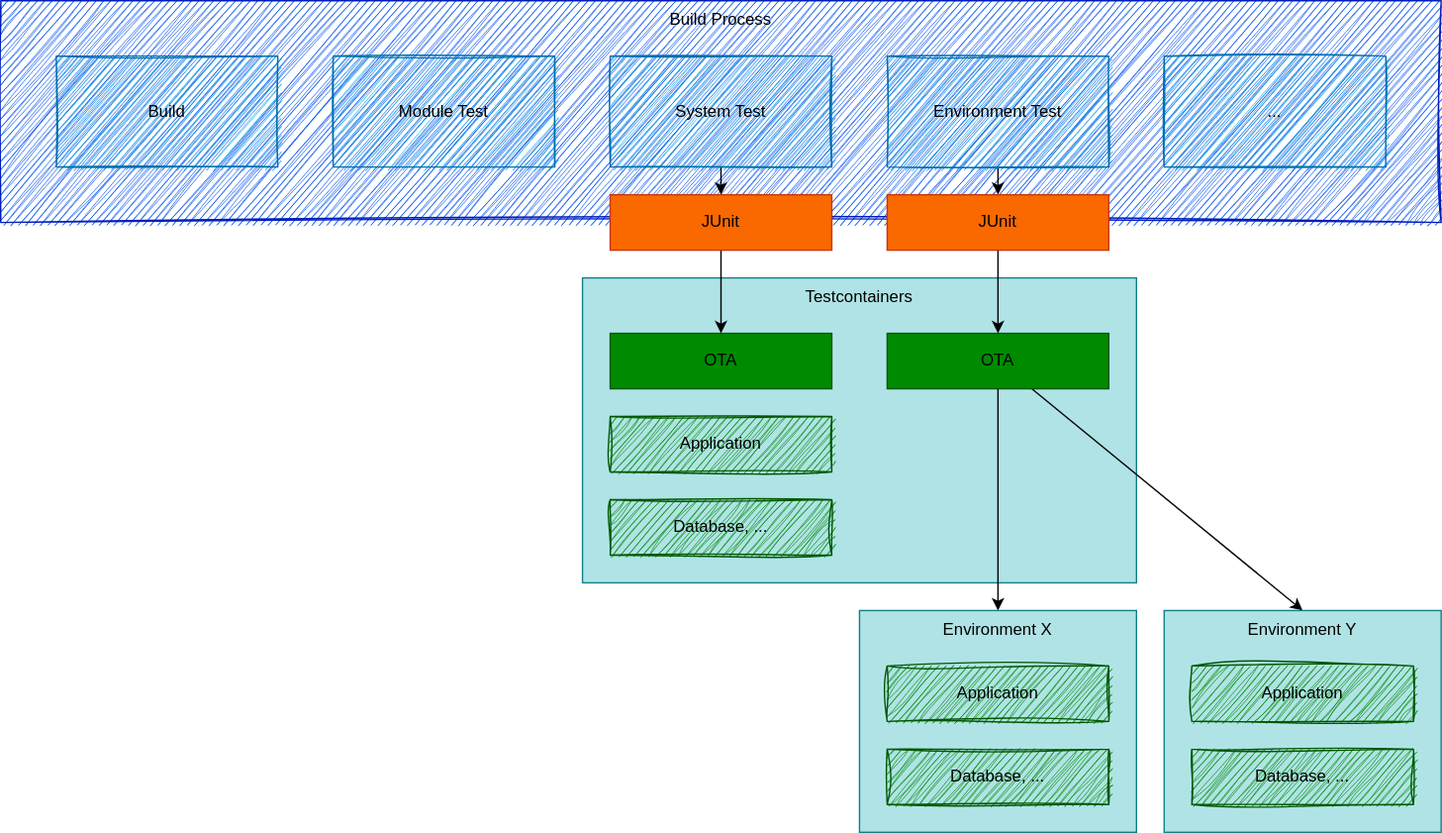
Above: arch.drawio.svg in opentestingapi/impl_java_testcontainers (draw.io), before the change. Source tidied: cells renumbered, new cells last; positions are measured from the earlier drawing's top-left corner, leaving out a move shared by most shapes.
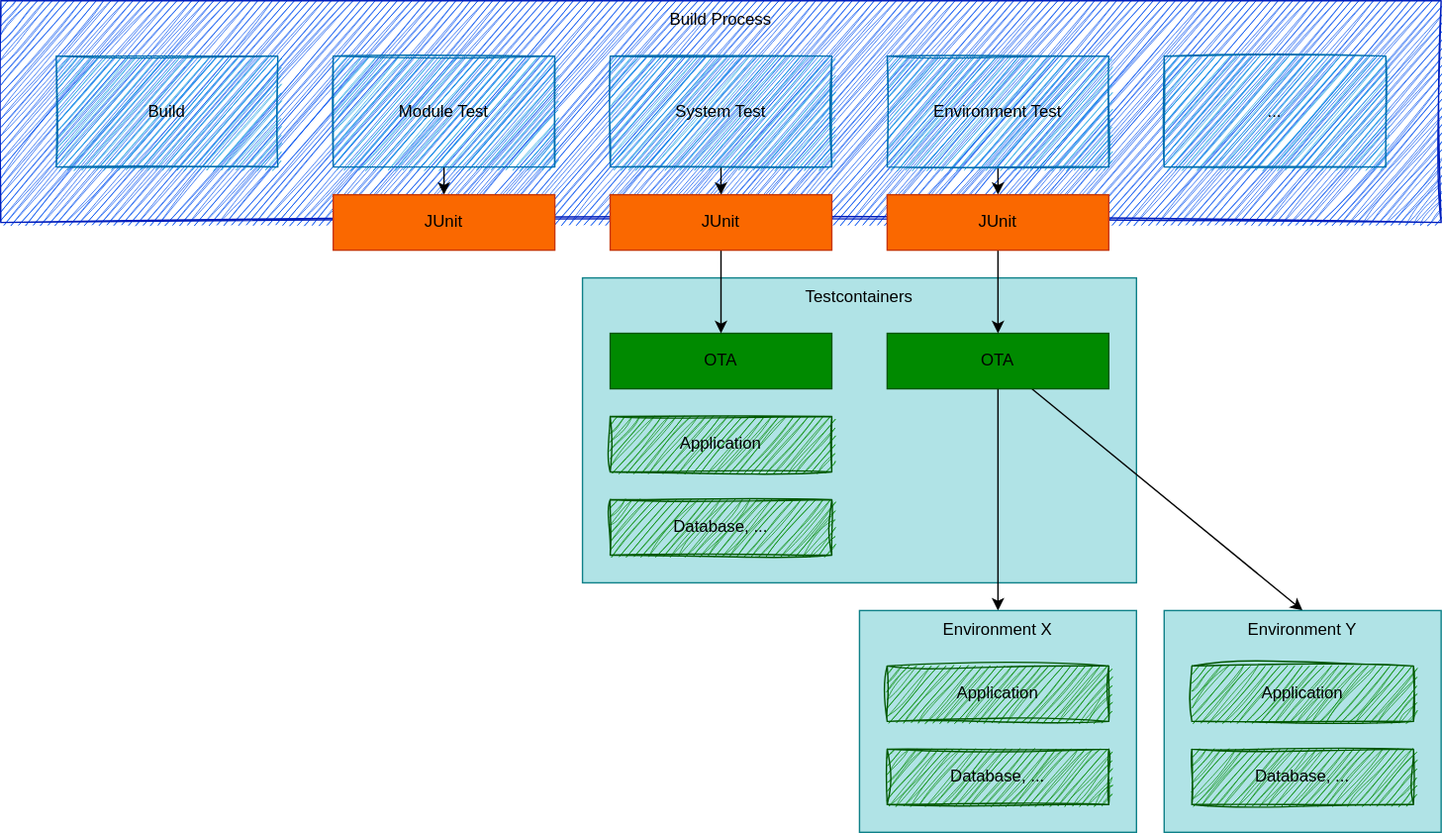
The same diagram one commit later.

The edit, as a diff of the source:
```diff
@@ -8,6 +8,9 @@
     <mxCell id="3" value="Build" style="rounded=0;whiteSpace=wrap;html=1;sketch=1;fontColor=#000000;fillColor=#1ba1e2;strokeColor=#006EAF;" parent="1" vertex="1">
       <mxGeometry x="40" y="40" width="160" height="80" as="geometry" />
     </mxCell>
+    <mxCell id="27" style="edgeStyle=none;html=1;entryX=0.5;entryY=0;entryDx=0;entryDy=0;strokeColor=#000000;fontColor=#000000;" parent="1" edge="1" source="4" target="28">
+      <mxGeometry relative="1" as="geometry" />
+    </mxCell>
     <mxCell id="4" value="Module Test" style="rounded=0;whiteSpace=wrap;html=1;sketch=1;fontColor=#000000;fillColor=#1ba1e2;strokeColor=#006EAF;" parent="1" vertex="1">
       <mxGeometry x="240" y="40" width="160" height="80" as="geometry" />
     </mxCell>
@@ -77,5 +80,8 @@
     <mxCell id="26" value="JUnit" style="rounded=0;whiteSpace=wrap;html=1;fontColor=#000000;fillColor=#fa6800;strokeColor=#C73500;" parent="1" vertex="1">
       <mxGeometry x="640" y="140" width="160" height="40" as="geometry" />
     </mxCell>
+    <mxCell id="28" value="JUnit" style="rounded=0;whiteSpace=wrap;html=1;fontColor=#000000;fillColor=#fa6800;strokeColor=#C73500;" parent="1" vertex="1">
+      <mxGeometry x="240" y="140" width="160" height="40" as="geometry" />
+    </mxCell>
   </root>
 </mxGraphModel>
```
